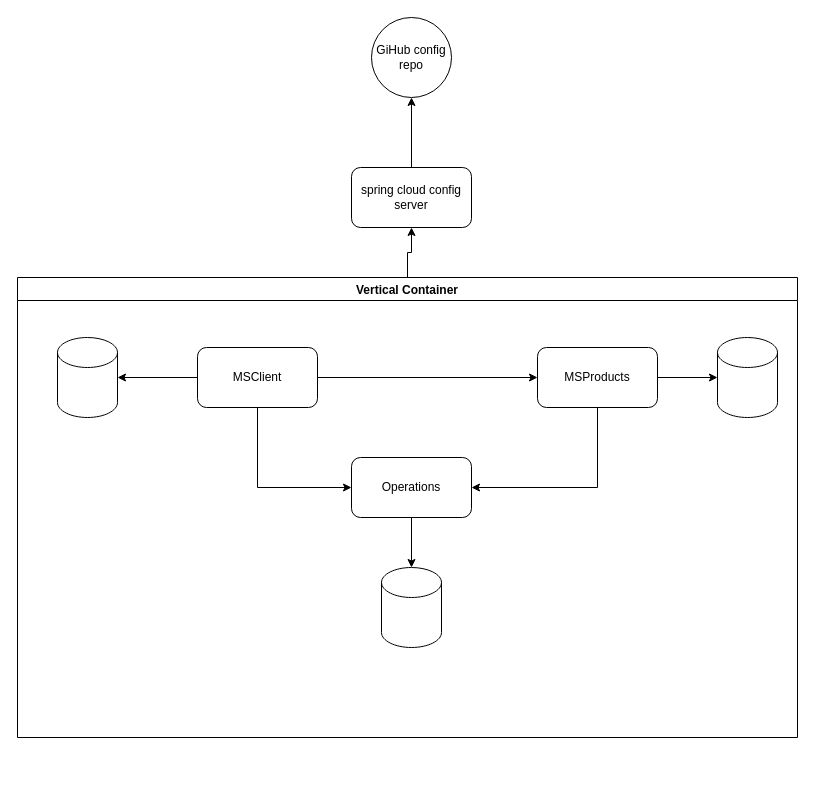
Above: Untitled Diagram.drawio in LuisEveris/ms-product (draw.io), before the change. Source tidied: cells renumbered, new cells numbered last; positions are measured from the earlier drawing's top-left corner, leaving out a move shared by most shapes. Both pictures are drawn from the tidied source at 100%, with x=0, y=0 at pixel (17, 17).
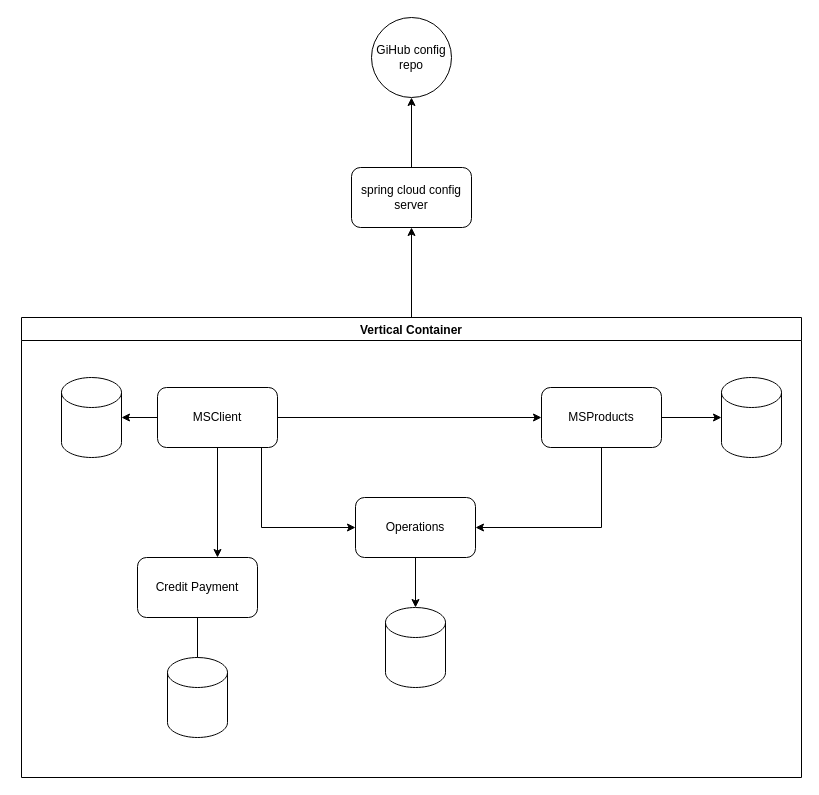
Above is the later version.

What changed in the source:
```diff
@@
     <mxCell id="6" value="Vertical Container" style="swimlane;" parent="1" vertex="1">
-      <mxGeometry y="260" width="780" height="460" as="geometry" />
+      <mxGeometry x="4" y="300" width="780" height="460" as="geometry" />
     </mxCell>
@@
+    <mxCell id="19" style="edgeStyle=orthogonalEdgeStyle;rounded=0;jettySize=auto;html=1;" parent="6" edge="1" source="10" target="21">
+      <mxGeometry relative="1" as="geometry">
+        <Array as="points">
+          <mxPoint x="176" y="100" />
+        </Array>
+      </mxGeometry>
+    </mxCell>
     <mxCell id="10" value="MSClient" style="rounded=1;whiteSpace=wrap;html=1;" parent="6" vertex="1">
-      <mxGeometry x="180" y="70" width="120" height="60" as="geometry" />
+      <mxGeometry x="136" y="70" width="120" height="60" as="geometry" />
     </mxCell>
@@
+    <mxCell id="20" style="edgeStyle=orthogonalEdgeStyle;rounded=0;jettySize=auto;html=1;entryX=0.5;entryY=0.35;entryDx=0;entryDy=0;entryPerimeter=0;" parent="6" edge="1" source="21" target="22">
+      <mxGeometry relative="1" as="geometry" />
+    </mxCell>
+    <mxCell id="21" value="Credit Payment" style="rounded=1;whiteSpace=wrap;html=1;" parent="6" vertex="1">
+      <mxGeometry x="116" y="240" width="120" height="60" as="geometry" />
+    </mxCell>
+    <mxCell id="22" style="shape=cylinder3;whiteSpace=wrap;html=1;boundedLbl=1;backgroundOutline=1;size=15;" parent="6" vertex="1">
+      <mxGeometry x="146" y="340" width="60" height="80" as="geometry" />
+    </mxCell>
```
